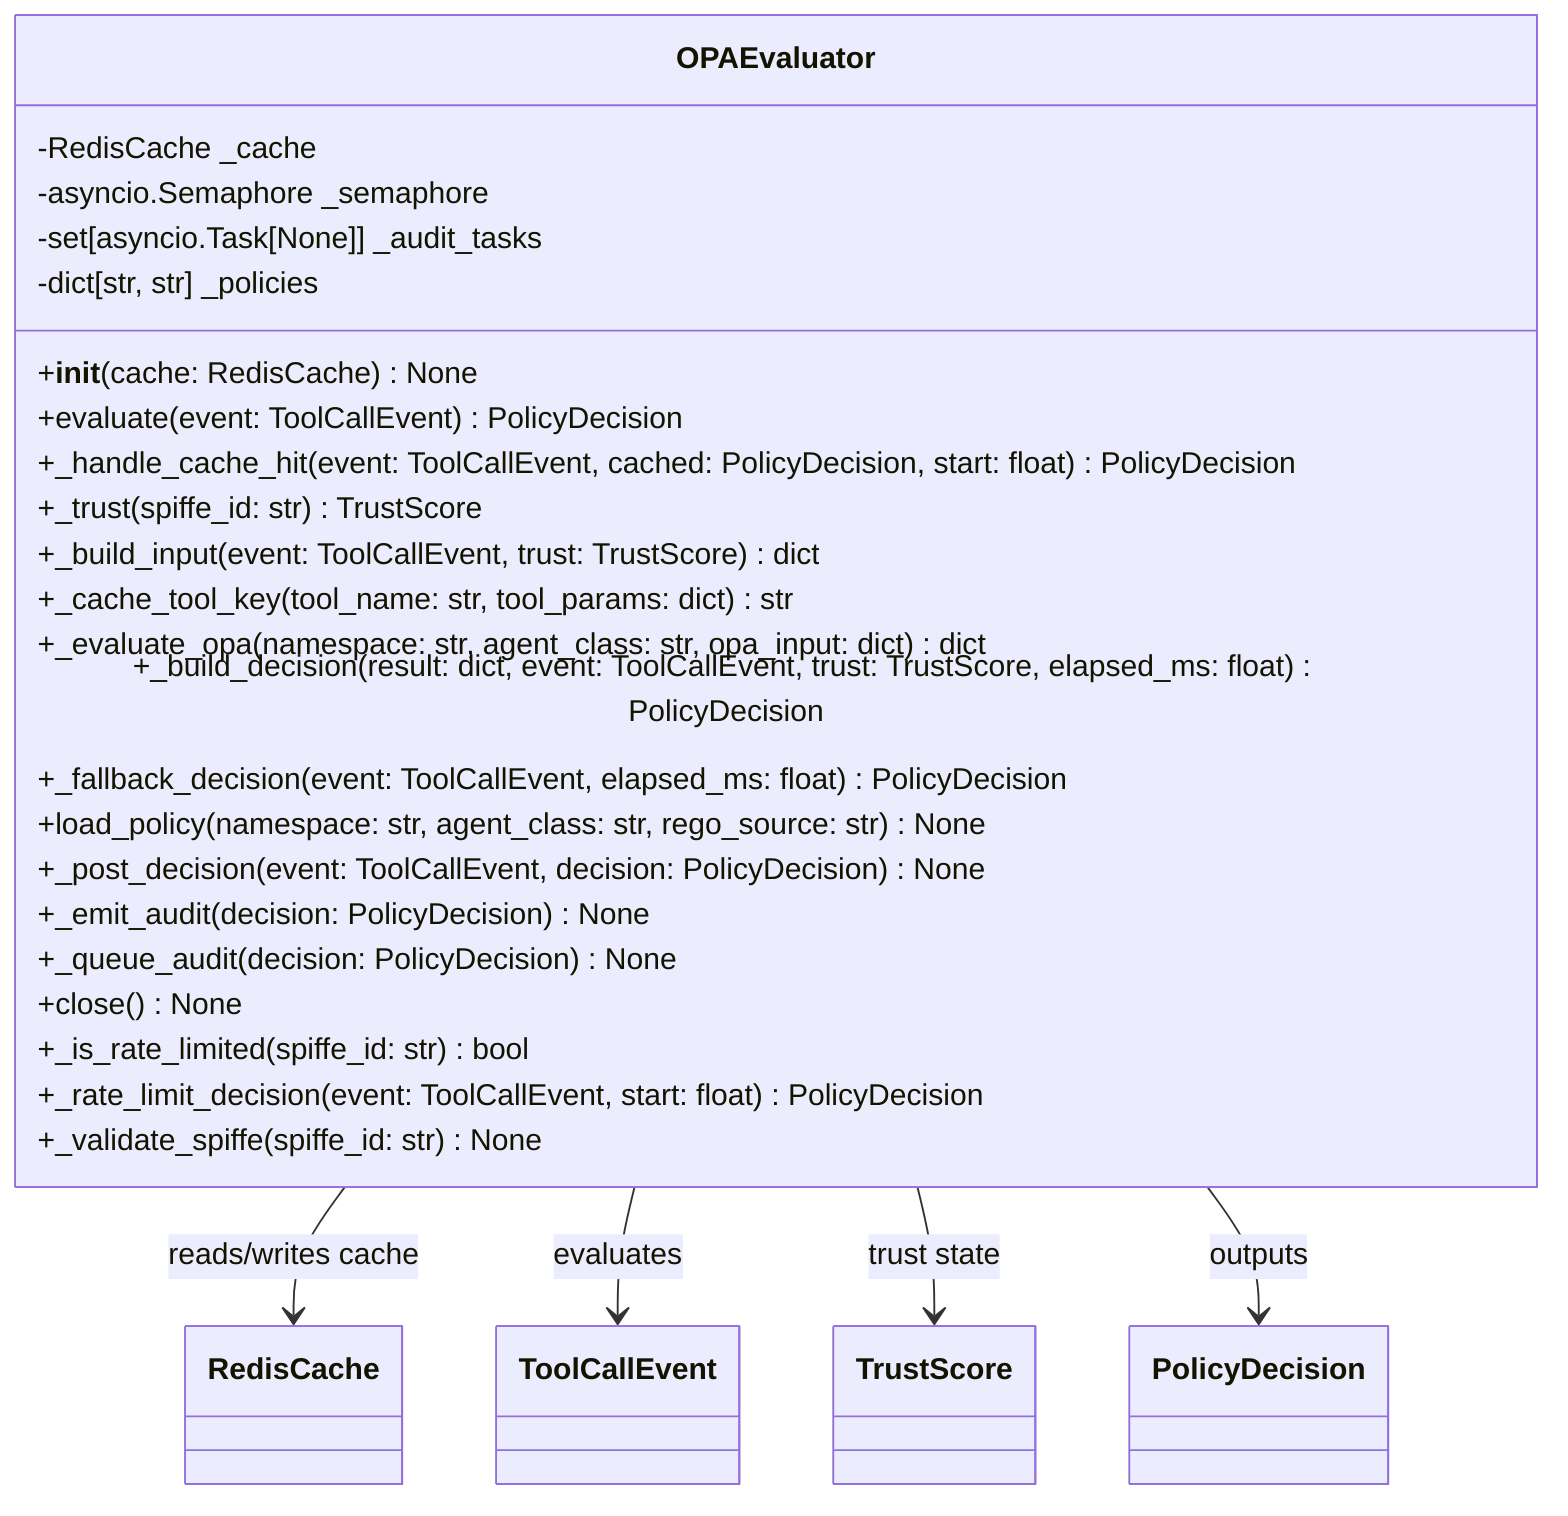
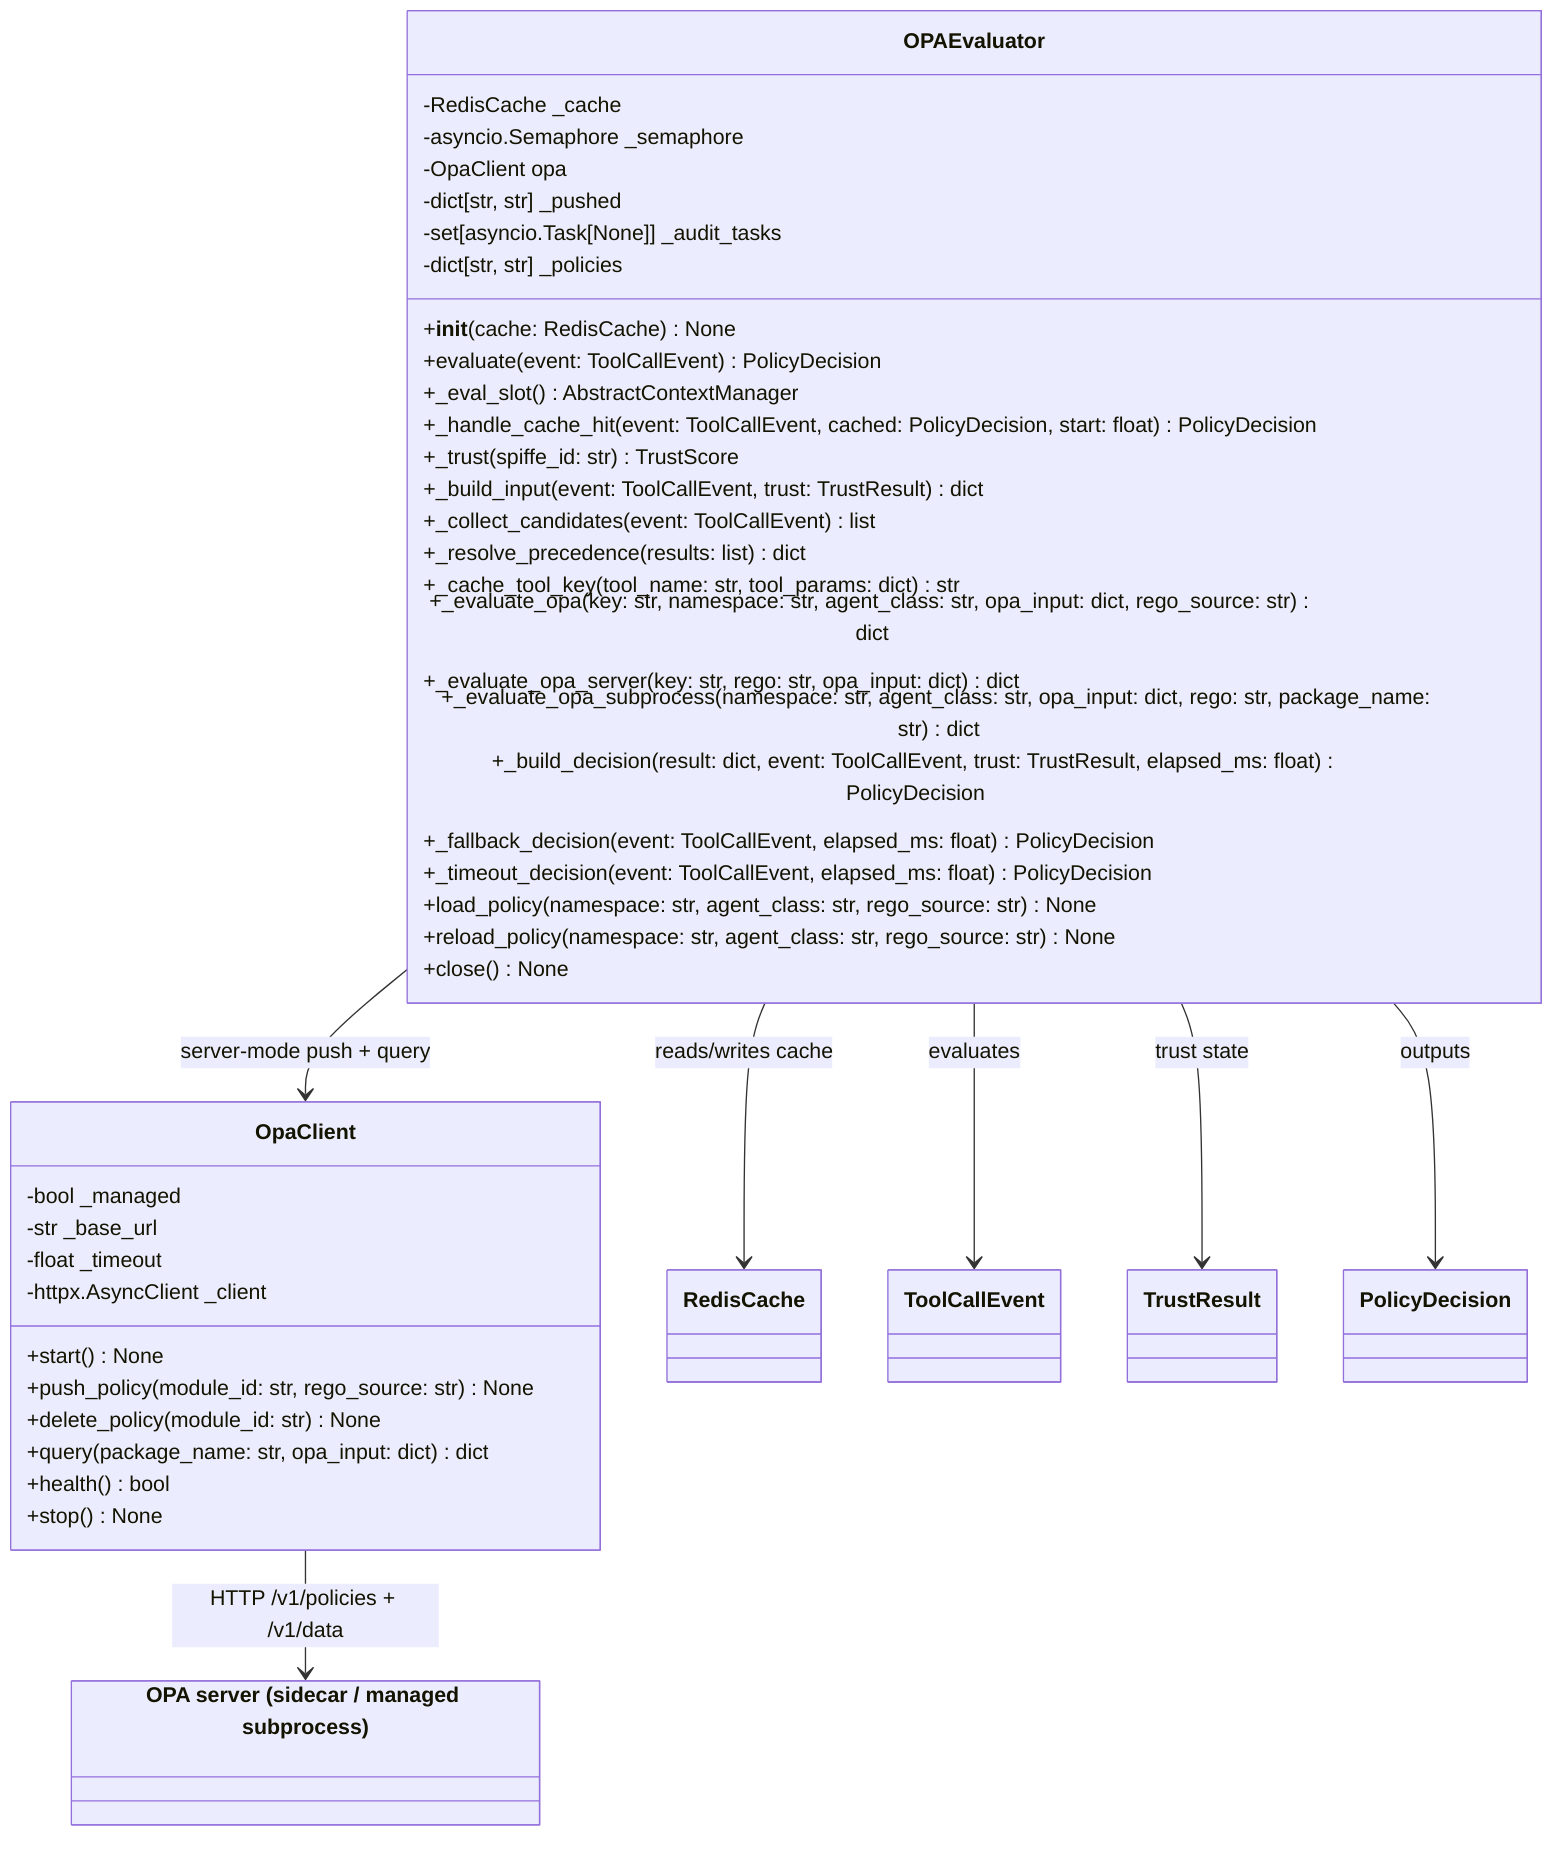
classDiagram
    class OPAEvaluator {
        -RedisCache _cache
        -asyncio.Semaphore _semaphore
+         -OpaClient opa
+         -dict[str, str] _pushed
        -set[asyncio.Task[None]] _audit_tasks
        -dict[str, str] _policies
        +__init__(cache: RedisCache) None
        +evaluate(event: ToolCallEvent) PolicyDecision
+         +_eval_slot() AbstractContextManager
        +_handle_cache_hit(event: ToolCallEvent, cached: PolicyDecision, start: float) PolicyDecision
        +_trust(spiffe_id: str) TrustScore
-         +_build_input(event: ToolCallEvent, trust: TrustScore) dict
+         +_build_input(event: ToolCallEvent, trust: TrustResult) dict
+         +_collect_candidates(event: ToolCallEvent) list
+         +_resolve_precedence(results: list) dict
        +_cache_tool_key(tool_name: str, tool_params: dict) str
-         +_evaluate_opa(namespace: str, agent_class: str, opa_input: dict) dict
-         +_build_decision(result: dict, event: ToolCallEvent, trust: TrustScore, elapsed_ms: float) PolicyDecision
+         +_evaluate_opa(key: str, namespace: str, agent_class: str, opa_input: dict, rego_source: str) dict
+         +_evaluate_opa_server(key: str, rego: str, opa_input: dict) dict
+         +_evaluate_opa_subprocess(namespace: str, agent_class: str, opa_input: dict, rego: str, package_name: str) dict
+         +_build_decision(result: dict, event: ToolCallEvent, trust: TrustResult, elapsed_ms: float) PolicyDecision
        +_fallback_decision(event: ToolCallEvent, elapsed_ms: float) PolicyDecision
+         +_timeout_decision(event: ToolCallEvent, elapsed_ms: float) PolicyDecision
        +load_policy(namespace: str, agent_class: str, rego_source: str) None
-         +_post_decision(event: ToolCallEvent, decision: PolicyDecision) None
-         +_emit_audit(decision: PolicyDecision) None
-         +_queue_audit(decision: PolicyDecision) None
+         +reload_policy(namespace: str, agent_class: str, rego_source: str) None
        +close() None
-         +_is_rate_limited(spiffe_id: str) bool
-         +_rate_limit_decision(event: ToolCallEvent, start: float) PolicyDecision
-         +_validate_spiffe(spiffe_id: str) None
+     }
+     class OpaClient {
+         -bool _managed
+         -str _base_url
+         -float _timeout
+         -httpx.AsyncClient _client
+         +start() None
+         +push_policy(module_id: str, rego_source: str) None
+         +delete_policy(module_id: str) None
+         +query(package_name: str, opa_input: dict) dict
+         +health() bool
+         +stop() None
    }
    class RedisCache
    class ToolCallEvent
-     class TrustScore
+     class TrustResult
    class PolicyDecision
+     class OPAServer["OPA server (sidecar / managed subprocess)"]

+     OPAEvaluator --> OpaClient : server-mode push + query
    OPAEvaluator --> RedisCache : reads/writes cache
    OPAEvaluator --> ToolCallEvent : evaluates
-     OPAEvaluator --> TrustScore : trust state
+     OPAEvaluator --> TrustResult : trust state
    OPAEvaluator --> PolicyDecision : outputs
+     OpaClient --> OPAServer : HTTP /v1/policies + /v1/data
